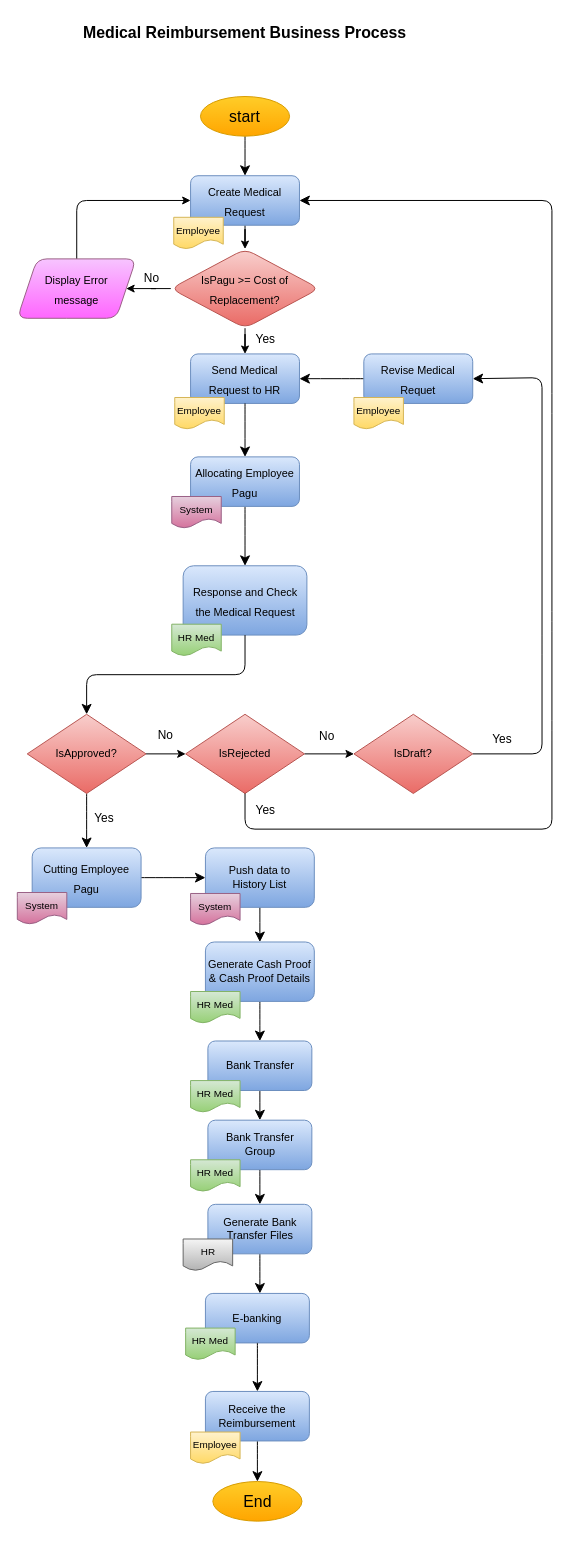
Before: Medical Reimbursement.drawio in jezreelkosasih/diagram, a draw.io diagram. Source tidied: cells renumbered, new cells numbered last; positions are measured from the earlier drawing's top-left corner, leaving out a move shared by most shapes. Both pictures are drawn from the tidied source at 99%, with x=0, y=0 at pixel (17, 17).
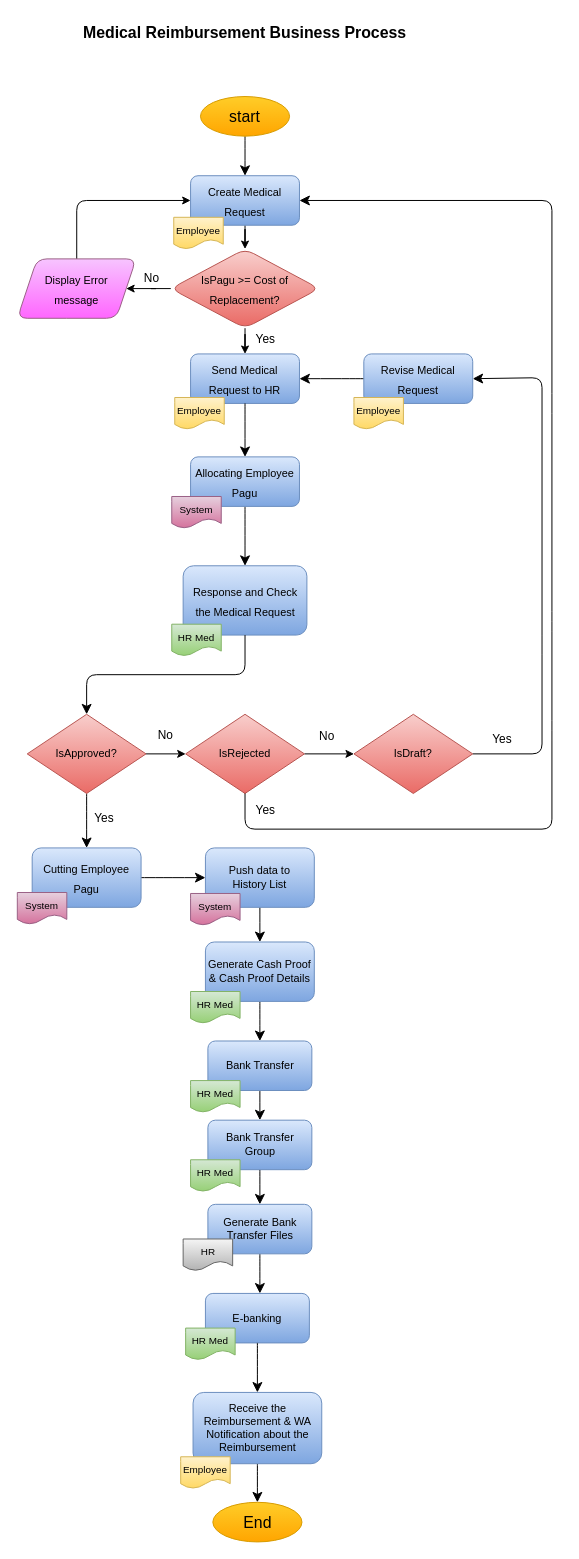
Above is the later version.

The edit, as a diff of the source:
```diff
@@
-    <mxCell id="23" value="&lt;font style=&quot;font-size: 11px;&quot;&gt;Revise Medical Requet&lt;/font&gt;" style="rounded=1;whiteSpace=wrap;html=1;fontSize=16;fillColor=#dae8fc;gradientColor=#7ea6e0;strokeColor=#6c8ebf;" parent="1" vertex="1">
+    <mxCell id="23" value="&lt;font style=&quot;font-size: 11px;&quot;&gt;Revise Medical Request&lt;/font&gt;" style="rounded=1;whiteSpace=wrap;html=1;fontSize=16;fillColor=#dae8fc;gradientColor=#7ea6e0;strokeColor=#6c8ebf;" parent="1" vertex="1">
       <mxGeometry x="350" y="340" width="110" height="50" as="geometry" />
     </mxCell>
@@
     <mxCell id="45" value="End" style="ellipse;whiteSpace=wrap;html=1;fontSize=16;fillColor=#ffcd28;gradientColor=#ffa500;strokeColor=#d79b00;" parent="1" vertex="1">
-      <mxGeometry x="197.5" y="1479" width="90" height="40" as="geometry" />
+      <mxGeometry x="197.5" y="1500" width="90" height="40" as="geometry" />
     </mxCell>
@@
-    <mxCell id="47" value="&lt;span style=&quot;font-size: 11px;&quot;&gt;Receive the Reimbursement&lt;/span&gt;" style="rounded=1;whiteSpace=wrap;html=1;fontSize=10;fillColor=#dae8fc;gradientColor=#7ea6e0;strokeColor=#6c8ebf;" parent="1" vertex="1">
-      <mxGeometry x="190" y="1388" width="105" height="50" as="geometry" />
+    <mxCell id="47" value="&lt;span style=&quot;font-size: 11px;&quot;&gt;Receive the Reimbursement &amp;amp; WA Notification about the Reimbursement&lt;/span&gt;" style="rounded=1;whiteSpace=wrap;html=1;fontSize=10;fillColor=#dae8fc;gradientColor=#7ea6e0;strokeColor=#6c8ebf;" parent="1" vertex="1">
+      <mxGeometry x="177.5" y="1389" width="130" height="72" as="geometry" />
     </mxCell>
     <mxCell id="48" value="&lt;font size=&quot;1&quot;&gt;Employee&lt;/font&gt;" style="shape=document;whiteSpace=wrap;html=1;boundedLbl=1;fontSize=16;fillColor=#fff2cc;gradientColor=#ffd966;strokeColor=#d6b656;" parent="1" vertex="1">
-      <mxGeometry x="175" y="1429" width="50" height="32" as="geometry" />
+      <mxGeometry x="165" y="1454" width="50" height="32" as="geometry" />
     </mxCell>
```
